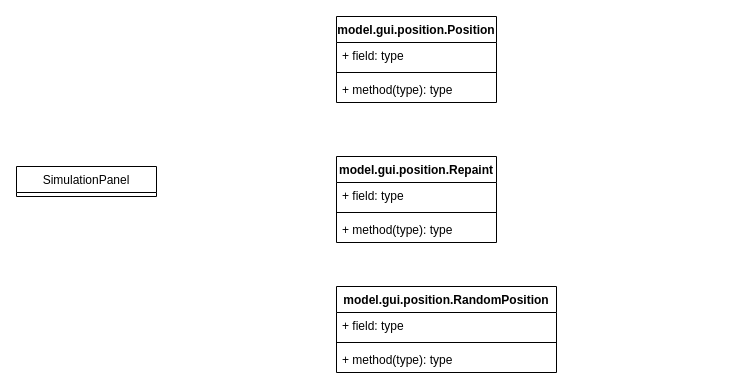
Before: page "Page-9" (9 of 13) of Untitled .drawio in metaphori/students-oop20-liveLand, a draw.io diagram. Source tidied: cells renumbered, new cells numbered last; positions are measured from the earlier drawing's top-left corner, leaving out a move shared by most shapes. Both pictures are drawn from the tidied source at 100%, with x=0, y=0 at pixel (16, 16).
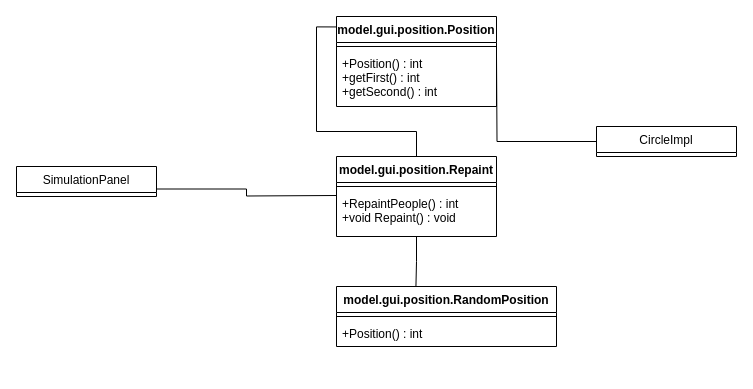
The same diagram, later.

What changed in the source:
```diff
@@
 <mxGraphModel>
   <root>
     <mxCell id="0" />
     <mxCell id="1" parent="0" />
     <mxCell id="2" value="SimulationPanel" style="swimlane;fontStyle=0;horizontal=1;startSize=26;fillColor=none;" parent="1" vertex="1">
       <mxGeometry y="150" width="140" height="30" as="geometry" />
     </mxCell>
     <mxCell id="3" value="model.gui.position.Position" style="swimlane;fontStyle=1;align=center;verticalAlign=top;horizontal=1;startSize=26;" parent="1" vertex="1">
-      <mxGeometry x="320" width="160" height="86" as="geometry" />
+      <mxGeometry x="320" width="160" height="90" as="geometry" />
     </mxCell>
-    <mxCell id="4" value="+ field: type" style="text;strokeColor=none;fillColor=none;align=left;verticalAlign=top;spacingLeft=4;spacingRight=4;overflow=hidden;" parent="3" vertex="1">
-      <mxGeometry y="26" width="160" height="26" as="geometry" />
-    </mxCell>
     <mxCell id="5" style="line;strokeWidth=1;fillColor=none;align=left;verticalAlign=middle;spacingTop=-1;spacingLeft=3;spacingRight=3;labelPosition=right;" parent="3" vertex="1">
-      <mxGeometry y="52" width="160" height="8" as="geometry" />
+      <mxGeometry y="26" width="160" height="8" as="geometry" />
     </mxCell>
-    <mxCell id="6" value="+ method(type): type" style="text;strokeColor=none;fillColor=none;align=left;verticalAlign=top;spacingLeft=4;spacingRight=4;overflow=hidden;" parent="3" vertex="1">
-      <mxGeometry y="60" width="160" height="26" as="geometry" />
+    <mxCell id="6" value="+Position() : int&#10;+getFirst() : int&#10;+getSecond() : int" style="text;strokeColor=none;fillColor=none;align=left;verticalAlign=top;spacingLeft=4;spacingRight=4;overflow=hidden;" parent="3" vertex="1">
+      <mxGeometry y="34" width="160" height="56" as="geometry" />
     </mxCell>
+    <mxCell id="15" style="edgeStyle=orthogonalEdgeStyle;rounded=0;jettySize=auto;html=1;entryX=0.361;entryY=0.016;entryDx=0;entryDy=0;entryPerimeter=0;endArrow=none;endFill=0;" parent="1" edge="1" source="7" target="11">
+      <mxGeometry relative="1" as="geometry" />
+    </mxCell>
+    <mxCell id="16" style="edgeStyle=orthogonalEdgeStyle;rounded=0;jettySize=auto;html=1;entryX=0;entryY=0.116;entryDx=0;entryDy=0;entryPerimeter=0;endArrow=none;endFill=0;" parent="1" edge="1" source="7" target="3">
+      <mxGeometry relative="1" as="geometry" />
+    </mxCell>
     <mxCell id="7" value="model.gui.position.Repaint" style="swimlane;fontStyle=1;align=center;verticalAlign=top;horizontal=1;startSize=26;" parent="1" vertex="1">
-      <mxGeometry x="320" y="140" width="160" height="86" as="geometry" />
+      <mxGeometry x="320" y="140" width="160" height="80" as="geometry" />
     </mxCell>
-    <mxCell id="8" value="+ field: type" style="text;strokeColor=none;fillColor=none;align=left;verticalAlign=top;spacingLeft=4;spacingRight=4;overflow=hidden;" parent="7" vertex="1">
-      <mxGeometry y="26" width="160" height="26" as="geometry" />
-    </mxCell>
     <mxCell id="9" style="line;strokeWidth=1;fillColor=none;align=left;verticalAlign=middle;spacingTop=-1;spacingLeft=3;spacingRight=3;labelPosition=right;" parent="7" vertex="1">
-      <mxGeometry y="52" width="160" height="8" as="geometry" />
+      <mxGeometry y="26" width="160" height="8" as="geometry" />
     </mxCell>
-    <mxCell id="10" value="+ method(type): type" style="text;strokeColor=none;fillColor=none;align=left;verticalAlign=top;spacingLeft=4;spacingRight=4;overflow=hidden;" parent="7" vertex="1">
-      <mxGeometry y="60" width="160" height="26" as="geometry" />
+    <mxCell id="10" value="+RepaintPeople() : int&#10;+void Repaint() : void" style="text;strokeColor=none;fillColor=none;align=left;verticalAlign=top;spacingLeft=4;spacingRight=4;overflow=hidden;" parent="7" vertex="1">
+      <mxGeometry y="34" width="160" height="46" as="geometry" />
     </mxCell>
     <mxCell id="11" value="model.gui.position.RandomPosition" style="swimlane;fontStyle=1;align=center;verticalAlign=top;horizontal=1;startSize=26;" parent="1" vertex="1">
-      <mxGeometry x="320" y="270" width="220" height="86" as="geometry" />
+      <mxGeometry x="320" y="270" width="220" height="60" as="geometry" />
     </mxCell>
-    <mxCell id="12" value="+ field: type" style="text;strokeColor=none;fillColor=none;align=left;verticalAlign=top;spacingLeft=4;spacingRight=4;overflow=hidden;" parent="11" vertex="1">
-      <mxGeometry y="26" width="220" height="26" as="geometry" />
-    </mxCell>
     <mxCell id="13" style="line;strokeWidth=1;fillColor=none;align=left;verticalAlign=middle;spacingTop=-1;spacingLeft=3;spacingRight=3;labelPosition=right;" parent="11" vertex="1">
-      <mxGeometry y="52" width="220" height="8" as="geometry" />
+      <mxGeometry y="26" width="220" height="8" as="geometry" />
     </mxCell>
-    <mxCell id="14" value="+ method(type): type" style="text;strokeColor=none;fillColor=none;align=left;verticalAlign=top;spacingLeft=4;spacingRight=4;overflow=hidden;" parent="11" vertex="1">
-      <mxGeometry y="60" width="220" height="26" as="geometry" />
+    <mxCell id="14" value="+Position() : int" style="text;strokeColor=none;fillColor=none;align=left;verticalAlign=top;spacingLeft=4;spacingRight=4;overflow=hidden;" parent="11" vertex="1">
+      <mxGeometry y="34" width="220" height="26" as="geometry" />
     </mxCell>
+    <mxCell id="17" style="edgeStyle=orthogonalEdgeStyle;rounded=0;jettySize=auto;html=1;endArrow=none;endFill=0;" parent="1" edge="1" source="18">
+      <mxGeometry relative="1" as="geometry">
+        <mxPoint x="480" y="39" as="targetPoint" />
+      </mxGeometry>
+    </mxCell>
+    <mxCell id="18" value="CircleImpl" style="swimlane;fontStyle=0;horizontal=1;startSize=26;fillColor=none;" parent="1" vertex="1">
+      <mxGeometry x="580" y="110" width="140" height="30" as="geometry" />
+    </mxCell>
+    <mxCell id="19" style="edgeStyle=orthogonalEdgeStyle;rounded=0;jettySize=auto;html=1;entryX=1;entryY=0.75;entryDx=0;entryDy=0;endArrow=none;endFill=0;" parent="1" edge="1" target="2">
+      <mxGeometry relative="1" as="geometry">
+        <mxPoint x="320" y="179" as="sourcePoint" />
+      </mxGeometry>
+    </mxCell>
   </root>
 </mxGraphModel>
```
